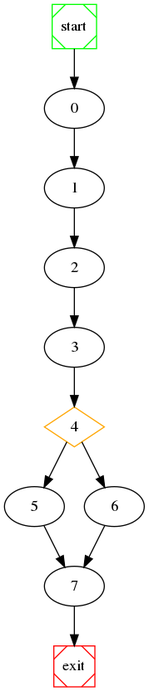
NabeelQaiser/BTP_2k18-19 keeps this Graphviz diagram as cnf/raw_graph.png. Above is the earlier version. Its source is kept beside it as cnf/raw_graph.dot.
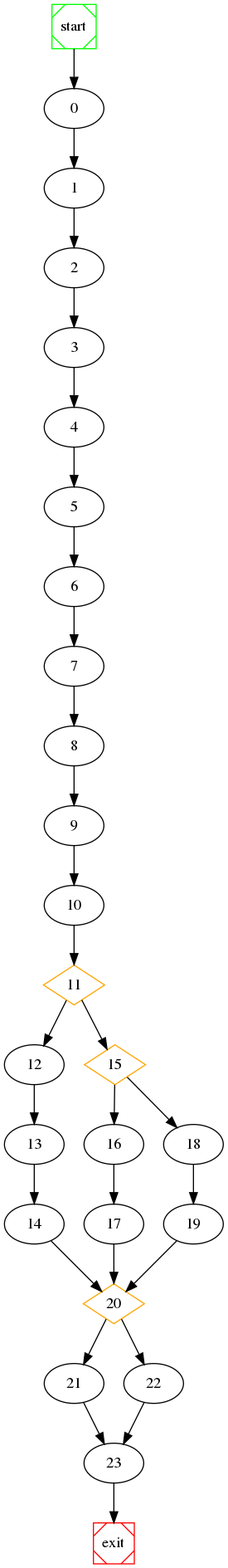
The same file after the commit.

What changed in the source:
```diff
@@ -4,13 +4,33 @@
 	0 -> 1 ;
 	1 -> 2 ;
 	2 -> 3 ;
-	4 [shape=diamond, color=orange] ;
+	3 -> 4 ;
 	4 -> 5 ;
-	4 -> 6 ;
-	3 -> 4 ;
+	5 -> 6 ;
 	6 -> 7 ;
-	5 -> 7 ;
-	7 -> exit;
+	7 -> 8 ;
+	8 -> 9 ;
+	9 -> 10 ;
+	11 [shape=diamond, color=orange] ;
+	12 -> 13 ;
+	13 -> 14 ;
+	11 -> 12 ;
+	15 [shape=diamond, color=orange] ;
+	11 -> 15 ;
+	16 -> 17 ;
+	15 -> 16 ;
+	18 -> 19 ;
+	15 -> 18 ;
+	10 -> 11 ;
+	20 [shape=diamond, color=orange] ;
+	20 -> 21 ;
+	20 -> 22 ;
+	17 -> 20 ;
+	14 -> 20 ;
+	19 -> 20 ;
+	22 -> 23 ;
+	21 -> 23 ;
+	23 -> exit;
 
 	start [shape=Msquare, color=green];
 	exit [shape=Msquare, color=red];
```
